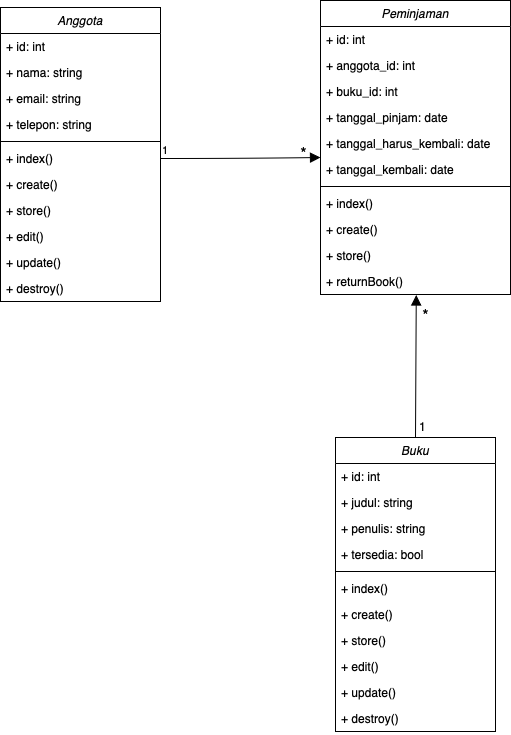
Above: class-diagram.png in angelineivana/tesLSP (draw.io), before the change. Source tidied: cells renumbered, new cells last; positions are measured from the earlier drawing's top-left corner, leaving out a move shared by most shapes. The source it was exported from:
```xml
<mxGraphModel>
  <root>
    <mxCell id="0" />
    <mxCell id="1" parent="0" />
    <mxCell id="2" value="Anggota" style="swimlane;fontStyle=2;align=center;verticalAlign=top;horizontal=1;startSize=26;rounded=0;shadow=0;strokeWidth=1;" parent="1" vertex="1">
      <mxGeometry y="7" width="160" height="294" as="geometry" />
    </mxCell>
    <mxCell id="3" value="+ id: int" style="text;align=left;verticalAlign=top;spacingLeft=4;spacingRight=4;overflow=hidden;" parent="2" vertex="1">
      <mxGeometry y="26" width="160" height="26" as="geometry" />
    </mxCell>
    <mxCell id="4" value="+ nama: string&#10;" style="text;align=left;verticalAlign=top;spacingLeft=4;spacingRight=4;overflow=hidden;rounded=0;shadow=0;html=0;" parent="2" vertex="1">
      <mxGeometry y="52" width="160" height="26" as="geometry" />
    </mxCell>
    <mxCell id="5" value="+ email: string" style="text;align=left;verticalAlign=top;spacingLeft=4;spacingRight=4;overflow=hidden;rounded=0;shadow=0;html=0;" parent="2" vertex="1">
      <mxGeometry y="78" width="160" height="26" as="geometry" />
    </mxCell>
    <mxCell id="6" value="+ telepon: string" style="text;align=left;verticalAlign=top;spacingLeft=4;spacingRight=4;overflow=hidden;rounded=0;shadow=0;html=0;" parent="2" vertex="1">
      <mxGeometry y="104" width="160" height="26" as="geometry" />
    </mxCell>
    <mxCell id="7" style="line;html=1;strokeWidth=1;align=left;verticalAlign=middle;spacingTop=-1;spacingLeft=3;spacingRight=3;labelPosition=right;" parent="2" vertex="1">
      <mxGeometry y="130" width="160" height="8" as="geometry" />
    </mxCell>
    <mxCell id="8" value="+ index()" style="text;align=left;verticalAlign=top;spacingLeft=4;spacingRight=4;overflow=hidden;points=[[0,0.5],[1,0.5]];portConstraint=eastwest;" parent="2" vertex="1">
      <mxGeometry y="138" width="160" height="26" as="geometry" />
    </mxCell>
    <mxCell id="9" value="+ create()" style="text;align=left;verticalAlign=top;spacingLeft=4;spacingRight=4;overflow=hidden;" parent="2" vertex="1">
      <mxGeometry y="164" width="160" height="26" as="geometry" />
    </mxCell>
    <mxCell id="10" value="+ store()" style="text;align=left;verticalAlign=top;spacingLeft=4;spacingRight=4;overflow=hidden;" parent="2" vertex="1">
      <mxGeometry y="190" width="160" height="26" as="geometry" />
    </mxCell>
    <mxCell id="11" value="+ edit()" style="text;align=left;verticalAlign=top;spacingLeft=4;spacingRight=4;overflow=hidden;" parent="2" vertex="1">
      <mxGeometry y="216" width="160" height="26" as="geometry" />
    </mxCell>
    <mxCell id="12" value="+ update()" style="text;align=left;verticalAlign=top;spacingLeft=4;spacingRight=4;overflow=hidden;" parent="2" vertex="1">
      <mxGeometry y="242" width="160" height="26" as="geometry" />
    </mxCell>
    <mxCell id="13" value="+ destroy()" style="text;align=left;verticalAlign=top;spacingLeft=4;spacingRight=4;overflow=hidden;" parent="2" vertex="1">
      <mxGeometry y="268" width="160" height="26" as="geometry" />
    </mxCell>
    <mxCell id="14" value="Buku" style="swimlane;fontStyle=2;align=center;verticalAlign=top;horizontal=1;startSize=26;rounded=0;shadow=0;strokeWidth=1;" parent="1" vertex="1">
      <mxGeometry x="335" y="437" width="160" height="294" as="geometry" />
    </mxCell>
    <mxCell id="15" value="+ id: int" style="text;align=left;verticalAlign=top;spacingLeft=4;spacingRight=4;overflow=hidden;" parent="14" vertex="1">
      <mxGeometry y="26" width="160" height="26" as="geometry" />
    </mxCell>
    <mxCell id="16" value="+ judul: string" style="text;align=left;verticalAlign=top;spacingLeft=4;spacingRight=4;overflow=hidden;rounded=0;shadow=0;html=0;" parent="14" vertex="1">
      <mxGeometry y="52" width="160" height="26" as="geometry" />
    </mxCell>
    <mxCell id="17" value="+ penulis: string" style="text;align=left;verticalAlign=top;spacingLeft=4;spacingRight=4;overflow=hidden;rounded=0;shadow=0;html=0;" parent="14" vertex="1">
      <mxGeometry y="78" width="160" height="26" as="geometry" />
    </mxCell>
    <mxCell id="18" value="+ tersedia: bool" style="text;align=left;verticalAlign=top;spacingLeft=4;spacingRight=4;overflow=hidden;rounded=0;shadow=0;html=0;" parent="14" vertex="1">
      <mxGeometry y="104" width="160" height="26" as="geometry" />
    </mxCell>
    <mxCell id="19" style="line;html=1;strokeWidth=1;align=left;verticalAlign=middle;spacingTop=-1;spacingLeft=3;spacingRight=3;labelPosition=right;" parent="14" vertex="1">
      <mxGeometry y="130" width="160" height="8" as="geometry" />
    </mxCell>
    <mxCell id="20" value="+ index()" style="text;align=left;verticalAlign=top;spacingLeft=4;spacingRight=4;overflow=hidden;" parent="14" vertex="1">
      <mxGeometry y="138" width="160" height="26" as="geometry" />
    </mxCell>
    <mxCell id="21" value="+ create()" style="text;align=left;verticalAlign=top;spacingLeft=4;spacingRight=4;overflow=hidden;" parent="14" vertex="1">
      <mxGeometry y="164" width="160" height="26" as="geometry" />
    </mxCell>
    <mxCell id="22" value="+ store()" style="text;align=left;verticalAlign=top;spacingLeft=4;spacingRight=4;overflow=hidden;" parent="14" vertex="1">
      <mxGeometry y="190" width="160" height="26" as="geometry" />
    </mxCell>
    <mxCell id="23" value="+ edit()" style="text;align=left;verticalAlign=top;spacingLeft=4;spacingRight=4;overflow=hidden;" parent="14" vertex="1">
      <mxGeometry y="216" width="160" height="26" as="geometry" />
    </mxCell>
    <mxCell id="24" value="+ update()" style="text;align=left;verticalAlign=top;spacingLeft=4;spacingRight=4;overflow=hidden;" parent="14" vertex="1">
      <mxGeometry y="242" width="160" height="26" as="geometry" />
    </mxCell>
    <mxCell id="25" value="+ destroy()" style="text;align=left;verticalAlign=top;spacingLeft=4;spacingRight=4;overflow=hidden;" parent="14" vertex="1">
      <mxGeometry y="268" width="160" height="26" as="geometry" />
    </mxCell>
    <mxCell id="26" value="Peminjaman" style="swimlane;fontStyle=2;align=center;verticalAlign=top;horizontal=1;startSize=26;rounded=0;shadow=0;strokeWidth=1;" parent="1" vertex="1">
      <mxGeometry x="320" width="190" height="294" as="geometry" />
    </mxCell>
    <mxCell id="27" value="+ id: int" style="text;align=left;verticalAlign=top;spacingLeft=4;spacingRight=4;overflow=hidden;" parent="26" vertex="1">
      <mxGeometry y="26" width="190" height="26" as="geometry" />
    </mxCell>
    <mxCell id="28" value="+ anggota_id: int" style="text;align=left;verticalAlign=top;spacingLeft=4;spacingRight=4;overflow=hidden;rounded=0;shadow=0;html=0;" parent="26" vertex="1">
      <mxGeometry y="52" width="190" height="26" as="geometry" />
    </mxCell>
    <mxCell id="29" value="+ buku_id: int" style="text;align=left;verticalAlign=top;spacingLeft=4;spacingRight=4;overflow=hidden;rounded=0;shadow=0;html=0;" parent="26" vertex="1">
      <mxGeometry y="78" width="190" height="26" as="geometry" />
    </mxCell>
    <mxCell id="30" value="+ tanggal_pinjam: date" style="text;align=left;verticalAlign=top;spacingLeft=4;spacingRight=4;overflow=hidden;rounded=0;shadow=0;html=0;" parent="26" vertex="1">
      <mxGeometry y="104" width="190" height="26" as="geometry" />
    </mxCell>
    <mxCell id="31" value="+ tanggal_harus_kembali: date" style="text;align=left;verticalAlign=top;spacingLeft=4;spacingRight=4;overflow=hidden;rounded=0;shadow=0;html=0;" parent="26" vertex="1">
      <mxGeometry y="130" width="190" height="26" as="geometry" />
    </mxCell>
    <mxCell id="32" value="+ tanggal_kembali: date" style="text;align=left;verticalAlign=top;spacingLeft=4;spacingRight=4;overflow=hidden;rounded=0;shadow=0;html=0;" parent="26" vertex="1">
      <mxGeometry y="156" width="190" height="26" as="geometry" />
    </mxCell>
    <mxCell id="33" style="line;html=1;strokeWidth=1;align=left;verticalAlign=middle;spacingTop=-1;spacingLeft=3;spacingRight=3;labelPosition=right;" parent="26" vertex="1">
      <mxGeometry y="182" width="190" height="8" as="geometry" />
    </mxCell>
    <mxCell id="34" value="+ index()" style="text;align=left;verticalAlign=top;spacingLeft=4;spacingRight=4;overflow=hidden;" parent="26" vertex="1">
      <mxGeometry y="190" width="190" height="26" as="geometry" />
    </mxCell>
    <mxCell id="35" value="+ create()" style="text;align=left;verticalAlign=top;spacingLeft=4;spacingRight=4;overflow=hidden;" parent="26" vertex="1">
      <mxGeometry y="216" width="190" height="26" as="geometry" />
    </mxCell>
    <mxCell id="36" value="+ store()" style="text;align=left;verticalAlign=top;spacingLeft=4;spacingRight=4;overflow=hidden;" parent="26" vertex="1">
      <mxGeometry y="242" width="190" height="26" as="geometry" />
    </mxCell>
    <mxCell id="37" value="+ returnBook()" style="text;align=left;verticalAlign=top;spacingLeft=4;spacingRight=4;overflow=hidden;points=[[0,0.5],[1,0.5]];portConstraint=eastwest;" parent="26" vertex="1">
      <mxGeometry y="268" width="190" height="26" as="geometry" />
    </mxCell>
    <mxCell id="38" style="endArrow=block;endFill=1;html=1;edgeStyle=orthogonalEdgeStyle;align=left;verticalAlign=top;rounded=0;fontSize=12;startSize=8;endSize=8;curved=1;" parent="1" edge="1" source="8">
      <mxGeometry x="-1" relative="1" as="geometry">
        <mxPoint x="320" y="157" as="targetPoint" />
      </mxGeometry>
    </mxCell>
    <mxCell id="39" value="1" style="edgeLabel;html=1;align=left;verticalAlign=bottom;" parent="38" vertex="1">
      <mxGeometry x="-1" relative="1" as="geometry" />
    </mxCell>
    <mxCell id="40" value="*" style="text;html=1;align=center;verticalAlign=middle;strokeColor=none;fillColor=none;fontSize=16;" parent="1" vertex="1">
      <mxGeometry x="288" y="139" width="30" height="30" as="geometry" />
    </mxCell>
    <mxCell id="41" value="*" style="text;html=1;align=center;verticalAlign=middle;strokeColor=none;fillColor=none;fontSize=16;" parent="1" vertex="1">
      <mxGeometry x="410" y="301" width="30" height="30" as="geometry" />
    </mxCell>
    <mxCell id="42" style="endArrow=block;endFill=1;html=1;align=left;verticalAlign=top;rounded=0;fontSize=12;startSize=8;endSize=8;exitX=0.5;exitY=0;exitDx=0;exitDy=0;entryX=0.504;entryY=1.019;entryDx=0;entryDy=0;entryPerimeter=0;" parent="1" edge="1" source="14" target="37">
      <mxGeometry x="-1" relative="1" as="geometry" />
    </mxCell>
    <mxCell id="43" value="1" style="text;html=1;align=center;verticalAlign=middle;strokeColor=none;fillColor=none;fontSize=12;" parent="1" vertex="1">
      <mxGeometry x="407" y="411" width="30" height="30" as="geometry" />
    </mxCell>
  </root>
</mxGraphModel>
```
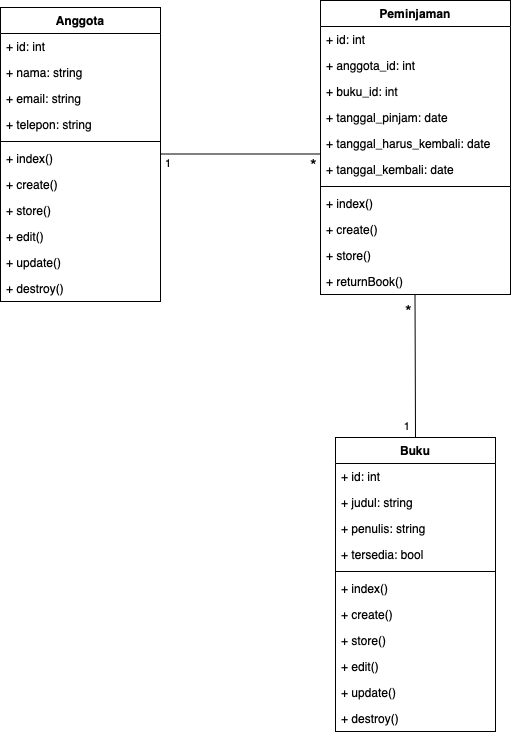
Above is the later version.

Commit message:
Add use case diagram, add filter in the catalog page & update use case in readme.md

What changed in the source:
```diff
@@ -2,7 +2,7 @@
   <root>
     <mxCell id="0" />
     <mxCell id="1" parent="0" />
-    <mxCell id="2" value="Anggota" style="swimlane;fontStyle=2;align=center;verticalAlign=top;horizontal=1;startSize=26;rounded=0;shadow=0;strokeWidth=1;" parent="1" vertex="1">
+    <mxCell id="2" value="Anggota" style="swimlane;fontStyle=1;align=center;verticalAlign=top;horizontal=1;startSize=26;rounded=0;shadow=0;strokeWidth=1;" parent="1" vertex="1">
       <mxGeometry y="7" width="160" height="294" as="geometry" />
     </mxCell>
     <mxCell id="3" value="+ id: int" style="text;align=left;verticalAlign=top;spacingLeft=4;spacingRight=4;overflow=hidden;" parent="2" vertex="1">
@@ -38,7 +38,7 @@
     <mxCell id="13" value="+ destroy()" style="text;align=left;verticalAlign=top;spacingLeft=4;spacingRight=4;overflow=hidden;" parent="2" vertex="1">
       <mxGeometry y="268" width="160" height="26" as="geometry" />
     </mxCell>
-    <mxCell id="14" value="Buku" style="swimlane;fontStyle=2;align=center;verticalAlign=top;horizontal=1;startSize=26;rounded=0;shadow=0;strokeWidth=1;" parent="1" vertex="1">
+    <mxCell id="14" value="Buku" style="swimlane;fontStyle=1;align=center;verticalAlign=top;horizontal=1;startSize=26;rounded=0;shadow=0;strokeWidth=1;" parent="1" vertex="1">
       <mxGeometry x="335" y="437" width="160" height="294" as="geometry" />
     </mxCell>
     <mxCell id="15" value="+ id: int" style="text;align=left;verticalAlign=top;spacingLeft=4;spacingRight=4;overflow=hidden;" parent="14" vertex="1">
@@ -74,7 +74,7 @@
     <mxCell id="25" value="+ destroy()" style="text;align=left;verticalAlign=top;spacingLeft=4;spacingRight=4;overflow=hidden;" parent="14" vertex="1">
       <mxGeometry y="268" width="160" height="26" as="geometry" />
     </mxCell>
-    <mxCell id="26" value="Peminjaman" style="swimlane;fontStyle=2;align=center;verticalAlign=top;horizontal=1;startSize=26;rounded=0;shadow=0;strokeWidth=1;" parent="1" vertex="1">
+    <mxCell id="26" value="Peminjaman" style="swimlane;fontStyle=1;align=center;verticalAlign=top;horizontal=1;startSize=26;rounded=0;shadow=0;strokeWidth=1;" parent="1" vertex="1">
       <mxGeometry x="320" width="190" height="294" as="geometry" />
     </mxCell>
     <mxCell id="27" value="+ id: int" style="text;align=left;verticalAlign=top;spacingLeft=4;spacingRight=4;overflow=hidden;" parent="26" vertex="1">
@@ -110,25 +110,34 @@
     <mxCell id="37" value="+ returnBook()" style="text;align=left;verticalAlign=top;spacingLeft=4;spacingRight=4;overflow=hidden;points=[[0,0.5],[1,0.5]];portConstraint=eastwest;" parent="26" vertex="1">
       <mxGeometry y="268" width="190" height="26" as="geometry" />
     </mxCell>
-    <mxCell id="38" style="endArrow=block;endFill=1;html=1;edgeStyle=orthogonalEdgeStyle;align=left;verticalAlign=top;rounded=0;fontSize=12;startSize=8;endSize=8;curved=1;" parent="1" edge="1" source="8">
-      <mxGeometry x="-1" relative="1" as="geometry">
-        <mxPoint x="320" y="157" as="targetPoint" />
-      </mxGeometry>
-    </mxCell>
+    <mxCell id="44" style="endArrow=none;html=1;edgeStyle=orthogonalEdgeStyle;rounded=0;fontSize=12;startSize=8;endSize=8;curved=1;entryX=0.5;entryY=0;entryDx=0;entryDy=0;" parent="26" edge="1" target="14">
+      <mxGeometry relative="1" as="geometry">
+        <mxPoint x="94.5" y="294" as="sourcePoint" />
+      </mxGeometry>
+    </mxCell>
+    <mxCell id="43" value="1" style="edgeLabel;html=1;align=right;verticalAlign=bottom;" parent="44" vertex="1">
+      <mxGeometry x="1" relative="1" as="geometry">
+        <mxPoint x="-5" y="-3" as="offset" />
+      </mxGeometry>
+    </mxCell>
+    <mxCell id="45" style="endArrow=none;html=1;edgeStyle=orthogonalEdgeStyle;rounded=0;fontSize=12;startSize=8;endSize=8;curved=1;" parent="1" edge="1">
+      <mxGeometry relative="1" as="geometry">
+        <mxPoint x="160" y="153.5" as="sourcePoint" />
+        <mxPoint x="320" y="153.5" as="targetPoint" />
+      </mxGeometry>
+    </mxCell>
+    <mxCell id="46" value="*" style="edgeLabel;html=1;align=center;verticalAlign=top;fontSize=17;" parent="45" vertex="1">
+      <mxGeometry x="1" relative="1" as="geometry">
+        <mxPoint x="-8" y="-6" as="offset" />
+      </mxGeometry>
+    </mxCell>
-    <mxCell id="39" value="1" style="edgeLabel;html=1;align=left;verticalAlign=bottom;" parent="38" vertex="1">
-      <mxGeometry x="-1" relative="1" as="geometry" />
+    <mxCell id="39" value="1" style="edgeLabel;html=1;align=left;verticalAlign=bottom;" parent="45" vertex="1">
+      <mxGeometry x="-1" relative="1" as="geometry">
+        <mxPoint x="3" y="17" as="offset" />
+      </mxGeometry>
     </mxCell>
-    <mxCell id="40" value="*" style="text;html=1;align=center;verticalAlign=middle;strokeColor=none;fillColor=none;fontSize=16;" parent="1" vertex="1">
-      <mxGeometry x="288" y="139" width="30" height="30" as="geometry" />
-    </mxCell>
-    <mxCell id="41" value="*" style="text;html=1;align=center;verticalAlign=middle;strokeColor=none;fillColor=none;fontSize=16;" parent="1" vertex="1">
-      <mxGeometry x="410" y="301" width="30" height="30" as="geometry" />
-    </mxCell>
-    <mxCell id="42" style="endArrow=block;endFill=1;html=1;align=left;verticalAlign=top;rounded=0;fontSize=12;startSize=8;endSize=8;exitX=0.5;exitY=0;exitDx=0;exitDy=0;entryX=0.504;entryY=1.019;entryDx=0;entryDy=0;entryPerimeter=0;" parent="1" edge="1" source="14" target="37">
-      <mxGeometry x="-1" relative="1" as="geometry" />
-    </mxCell>
-    <mxCell id="43" value="1" style="text;html=1;align=center;verticalAlign=middle;strokeColor=none;fillColor=none;fontSize=12;" parent="1" vertex="1">
-      <mxGeometry x="407" y="411" width="30" height="30" as="geometry" />
-    </mxCell>
+    <mxCell id="47" value="*" style="edgeLabel;html=1;align=center;verticalAlign=top;fontSize=17;" parent="1" vertex="1">
+      <mxGeometry x="407" y="294" as="geometry" />
+    </mxCell>
   </root>
 </mxGraphModel>
```
